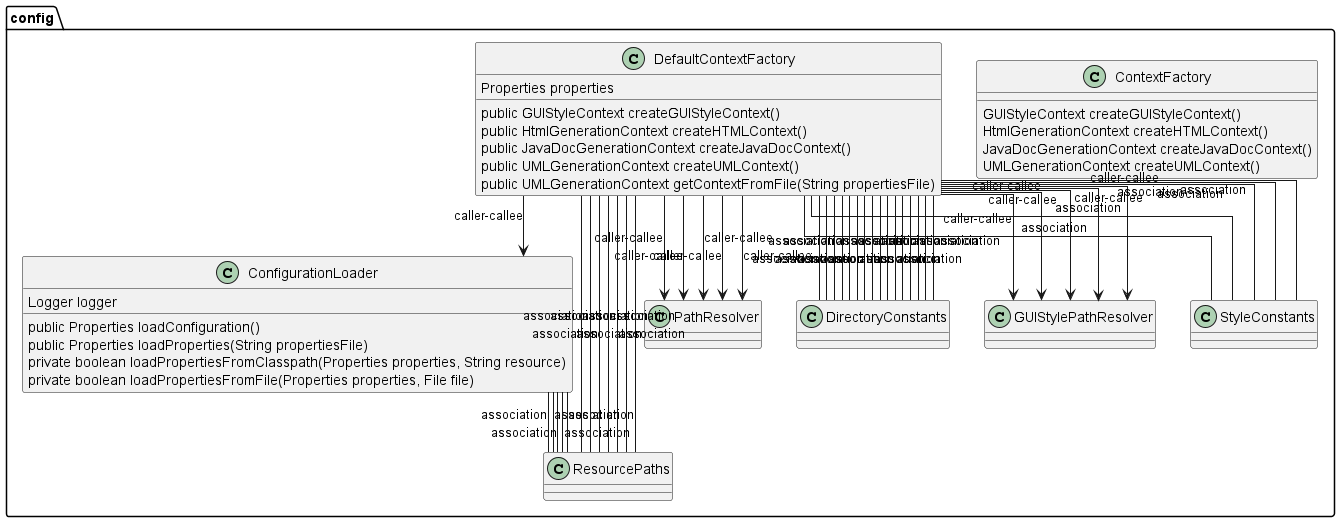
Before: umldoc/images/com_pjsoft_j2arch_config_package.png, a diagram exported from PlantUML (jags-programming/j2arch).
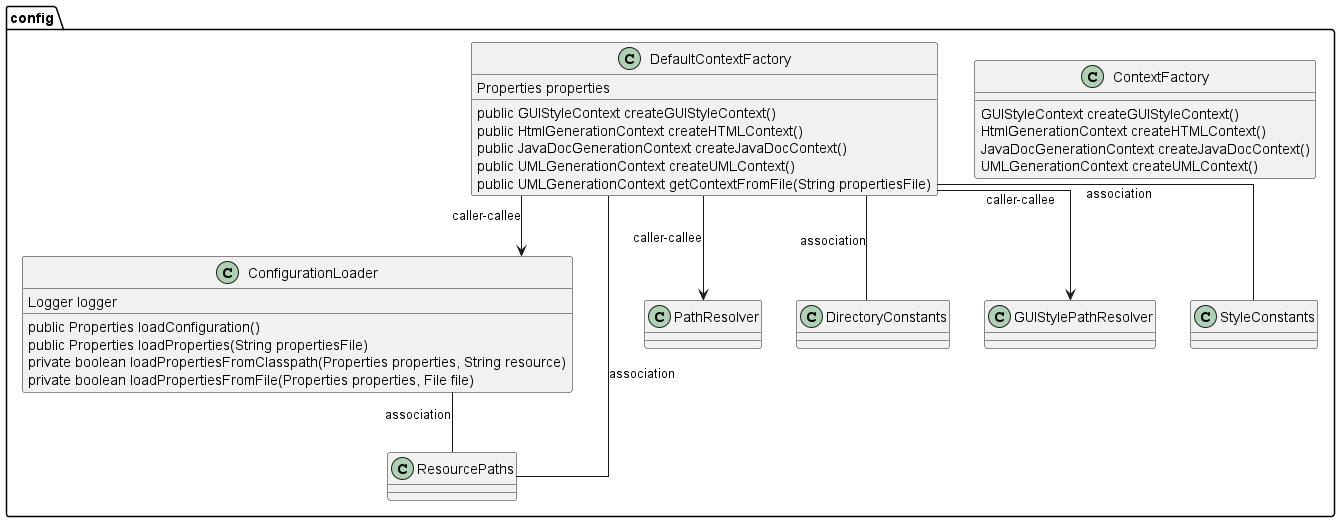
After the change.

The edit, as a diff of the source:
```diff
@@ -8,10 +8,6 @@
     private boolean loadPropertiesFromClasspath(Properties properties, String resource)
     private boolean loadPropertiesFromFile(Properties properties, File file)
 }
-ConfigurationLoader -- ResourcePaths : association
-ConfigurationLoader -- ResourcePaths : association
-ConfigurationLoader -- ResourcePaths : association
-ConfigurationLoader -- ResourcePaths : association
 ConfigurationLoader -- ResourcePaths : association
 class ContextFactory {
      GUIStyleContext createGUIStyleContext()
@@ -29,41 +25,8 @@
 }
 DefaultContextFactory --> PathResolver : caller-callee
 DefaultContextFactory -- DirectoryConstants : association
-DefaultContextFactory -- DirectoryConstants : association
-DefaultContextFactory -- ResourcePaths : association
-DefaultContextFactory -- ResourcePaths : association
-DefaultContextFactory -- ResourcePaths : association
-DefaultContextFactory -- ResourcePaths : association
-DefaultContextFactory -- DirectoryConstants : association
-DefaultContextFactory -- DirectoryConstants : association
-DefaultContextFactory --> PathResolver : caller-callee
-DefaultContextFactory --> PathResolver : caller-callee
-DefaultContextFactory --> PathResolver : caller-callee
-DefaultContextFactory -- DirectoryConstants : association
-DefaultContextFactory -- DirectoryConstants : association
-DefaultContextFactory -- DirectoryConstants : association
-DefaultContextFactory -- DirectoryConstants : association
-DefaultContextFactory -- DirectoryConstants : association
-DefaultContextFactory -- DirectoryConstants : association
-DefaultContextFactory -- DirectoryConstants : association
-DefaultContextFactory -- DirectoryConstants : association
-DefaultContextFactory -- DirectoryConstants : association
-DefaultContextFactory --> PathResolver : caller-callee
-DefaultContextFactory -- DirectoryConstants : association
-DefaultContextFactory -- DirectoryConstants : association
-DefaultContextFactory -- DirectoryConstants : association
-DefaultContextFactory -- ResourcePaths : association
-DefaultContextFactory -- ResourcePaths : association
 DefaultContextFactory -- ResourcePaths : association
 DefaultContextFactory --> GUIStylePathResolver : caller-callee
-DefaultContextFactory --> GUIStylePathResolver : caller-callee
-DefaultContextFactory --> GUIStylePathResolver : caller-callee
-DefaultContextFactory --> GUIStylePathResolver : caller-callee
-DefaultContextFactory --> GUIStylePathResolver : caller-callee
-DefaultContextFactory -- StyleConstants : association
-DefaultContextFactory -- StyleConstants : association
-DefaultContextFactory -- StyleConstants : association
-DefaultContextFactory -- StyleConstants : association
 DefaultContextFactory -- StyleConstants : association
 DefaultContextFactory --> ConfigurationLoader : caller-callee
 }
```
